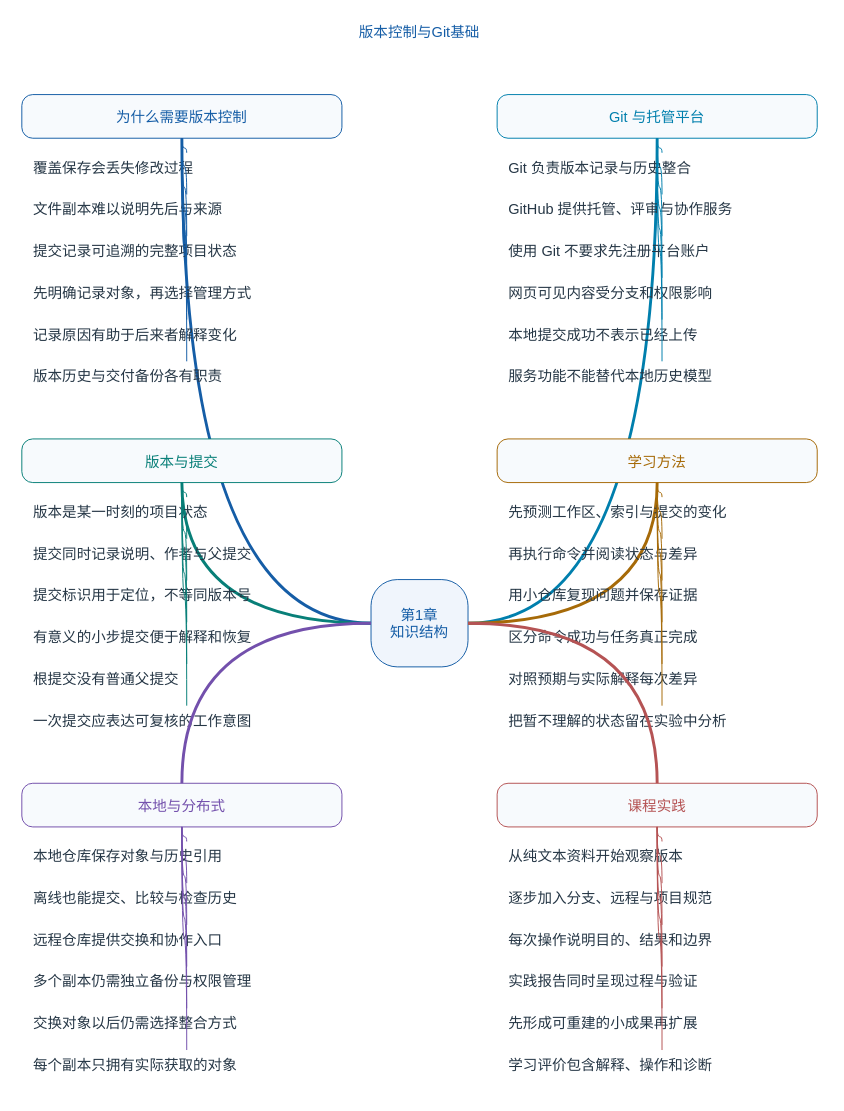
tsingke/GitEasy keeps this draw.io diagram as page "第1章 版本控制与Git基础" (1 of 17) of assets/git-book-mindmaps.drawio. Above is the earlier version. Source tidied: cells renumbered, new cells numbered last; positions are measured from the earlier drawing's top-left corner, leaving out a move shared by most shapes. Both pictures are drawn from the tidied source at 97%, with x=0, y=0 at pixel (21, 16).
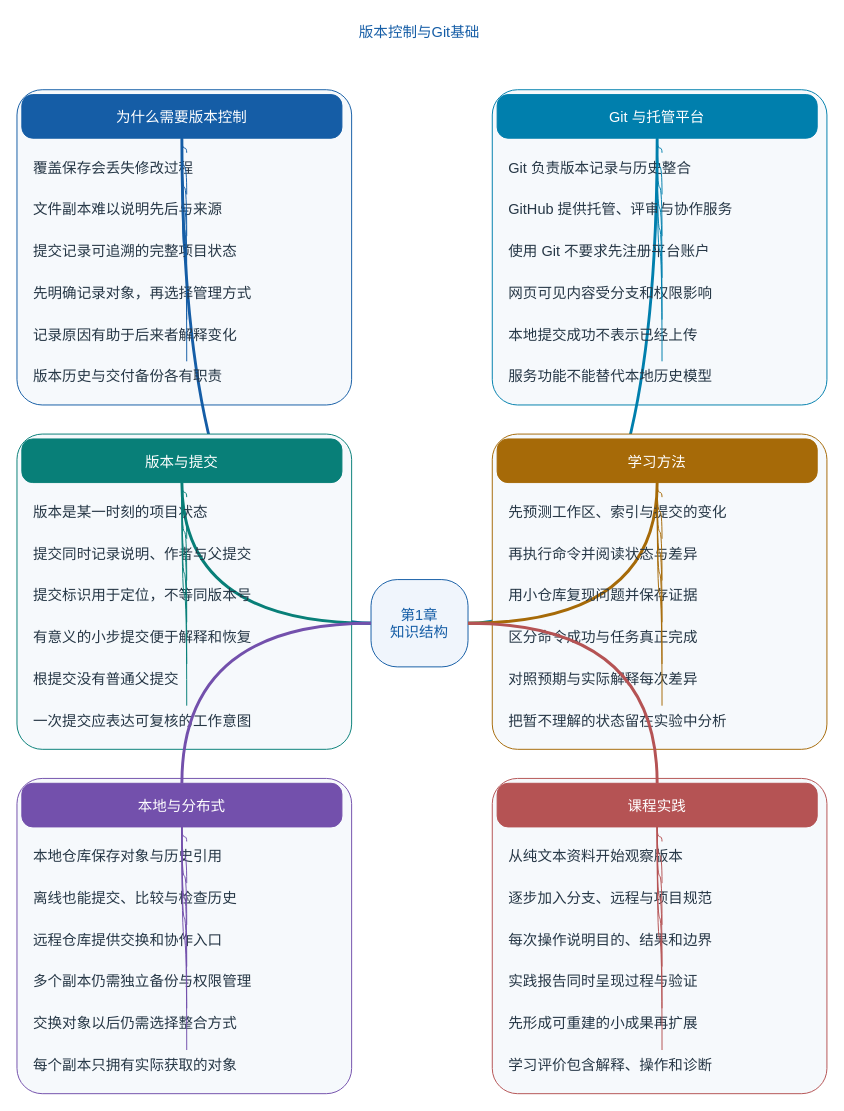
The same diagram, later.

Change to the diagram source:
```diff
@@
+    <mxCell id="88" style="rounded=1;arcSize=8;fillColor=#F6F9FC;strokeColor=#155DA6;html=1;whiteSpace=wrap;fontFamily=Helvetica;fontSize=15;" parent="1" vertex="1">
+      <mxGeometry x="-5" y="75" width="345" height="325" as="geometry" />
+    </mxCell>
-    <mxCell id="4" value="为什么需要版本控制" style="rounded=1;arcSize=25;align=center;fillColor=#F7FAFD;strokeColor=#155DA6;fontColor=#155DA6;html=1;whiteSpace=wrap;fontFamily=Helvetica;fontSize=15;" parent="1" vertex="1">
+    <mxCell id="4" value="为什么需要版本控制" style="rounded=1;arcSize=25;align=center;fillColor=#155DA6;strokeColor=#155DA6;fontColor=#FFFFFF;html=1;whiteSpace=wrap;fontFamily=Helvetica;fontSize=15;" parent="1" vertex="1">
       <mxGeometry y="80" width="330" height="45" as="geometry" />
     </mxCell>
@@
+    <mxCell id="89" style="rounded=1;arcSize=8;fillColor=#F6F9FC;strokeColor=#087F78;html=1;whiteSpace=wrap;fontFamily=Helvetica;fontSize=15;" parent="1" vertex="1">
+      <mxGeometry x="-5" y="430" width="345" height="325" as="geometry" />
+    </mxCell>
-    <mxCell id="18" value="版本与提交" style="rounded=1;arcSize=25;align=center;fillColor=#F7FAFD;strokeColor=#087F78;fontColor=#087F78;html=1;whiteSpace=wrap;fontFamily=Helvetica;fontSize=15;" parent="1" vertex="1">
+    <mxCell id="18" value="版本与提交" style="rounded=1;arcSize=25;align=center;fillColor=#087F78;strokeColor=#087F78;fontColor=#FFFFFF;html=1;whiteSpace=wrap;fontFamily=Helvetica;fontSize=15;" parent="1" vertex="1">
       <mxGeometry y="435" width="330" height="45" as="geometry" />
     </mxCell>
@@
+    <mxCell id="90" style="rounded=1;arcSize=8;fillColor=#F6F9FC;strokeColor=#7350AC;html=1;whiteSpace=wrap;fontFamily=Helvetica;fontSize=15;" parent="1" vertex="1">
+      <mxGeometry x="-5" y="785" width="345" height="325" as="geometry" />
+    </mxCell>
-    <mxCell id="32" value="本地与分布式" style="rounded=1;arcSize=25;align=center;fillColor=#F7FAFD;strokeColor=#7350AC;fontColor=#7350AC;html=1;whiteSpace=wrap;fontFamily=Helvetica;fontSize=15;" parent="1" vertex="1">
+    <mxCell id="32" value="本地与分布式" style="rounded=1;arcSize=25;align=center;fillColor=#7350AC;strokeColor=#7350AC;fontColor=#FFFFFF;html=1;whiteSpace=wrap;fontFamily=Helvetica;fontSize=15;" parent="1" vertex="1">
       <mxGeometry y="790" width="330" height="45" as="geometry" />
     </mxCell>
@@
+    <mxCell id="91" style="rounded=1;arcSize=8;fillColor=#F6F9FC;strokeColor=#007FAD;html=1;whiteSpace=wrap;fontFamily=Helvetica;fontSize=15;" parent="1" vertex="1">
+      <mxGeometry x="485" y="75" width="345" height="325" as="geometry" />
+    </mxCell>
-    <mxCell id="46" value="Git 与托管平台" style="rounded=1;arcSize=25;align=center;fillColor=#F7FAFD;strokeColor=#007FAD;fontColor=#007FAD;html=1;whiteSpace=wrap;fontFamily=Helvetica;fontSize=15;" parent="1" vertex="1">
+    <mxCell id="46" value="Git 与托管平台" style="rounded=1;arcSize=25;align=center;fillColor=#007FAD;strokeColor=#007FAD;fontColor=#FFFFFF;html=1;whiteSpace=wrap;fontFamily=Helvetica;fontSize=15;" parent="1" vertex="1">
       <mxGeometry x="490" y="80" width="330" height="45" as="geometry" />
     </mxCell>
@@
+    <mxCell id="92" style="rounded=1;arcSize=8;fillColor=#F6F9FC;strokeColor=#A66A08;html=1;whiteSpace=wrap;fontFamily=Helvetica;fontSize=15;" parent="1" vertex="1">
+      <mxGeometry x="485" y="430" width="345" height="325" as="geometry" />
+    </mxCell>
-    <mxCell id="60" value="学习方法" style="rounded=1;arcSize=25;align=center;fillColor=#F7FAFD;strokeColor=#A66A08;fontColor=#A66A08;html=1;whiteSpace=wrap;fontFamily=Helvetica;fontSize=15;" parent="1" vertex="1">
+    <mxCell id="60" value="学习方法" style="rounded=1;arcSize=25;align=center;fillColor=#A66A08;strokeColor=#A66A08;fontColor=#FFFFFF;html=1;whiteSpace=wrap;fontFamily=Helvetica;fontSize=15;" parent="1" vertex="1">
       <mxGeometry x="490" y="435" width="330" height="45" as="geometry" />
     </mxCell>
@@
+    <mxCell id="93" style="rounded=1;arcSize=8;fillColor=#F6F9FC;strokeColor=#B55354;html=1;whiteSpace=wrap;fontFamily=Helvetica;fontSize=15;" parent="1" vertex="1">
+      <mxGeometry x="485" y="785" width="345" height="325" as="geometry" />
+    </mxCell>
-    <mxCell id="74" value="课程实践" style="rounded=1;arcSize=25;align=center;fillColor=#F7FAFD;strokeColor=#B55354;fontColor=#B55354;html=1;whiteSpace=wrap;fontFamily=Helvetica;fontSize=15;" parent="1" vertex="1">
+    <mxCell id="74" value="课程实践" style="rounded=1;arcSize=25;align=center;fillColor=#B55354;strokeColor=#B55354;fontColor=#FFFFFF;html=1;whiteSpace=wrap;fontFamily=Helvetica;fontSize=15;" parent="1" vertex="1">
       <mxGeometry x="490" y="790" width="330" height="45" as="geometry" />
     </mxCell>
```
